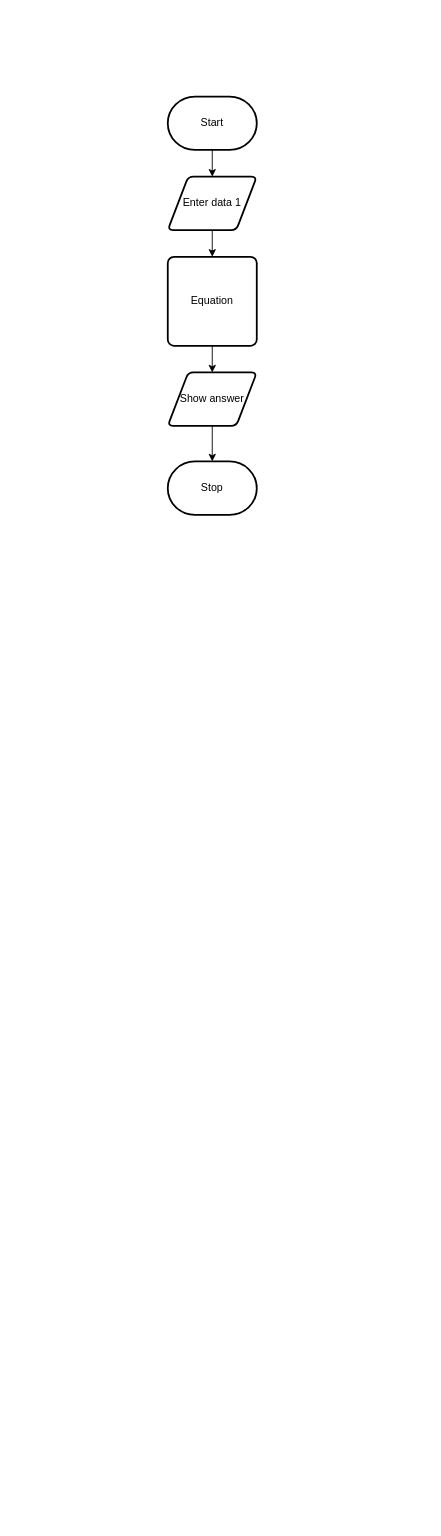
MTHS-ICS2O-2-2022/ICS2O-Assignment-04-Jaden-Plugowsky keeps this draw.io diagram as design/flowchart.drawio. Above is the earlier version. Source tidied: cells renumbered, new cells numbered last; positions are measured from the earlier drawing's top-left corner, leaving out a move shared by most shapes. Both pictures are drawn from the tidied source at 89%, with x=0, y=0 at pixel (167, 96).
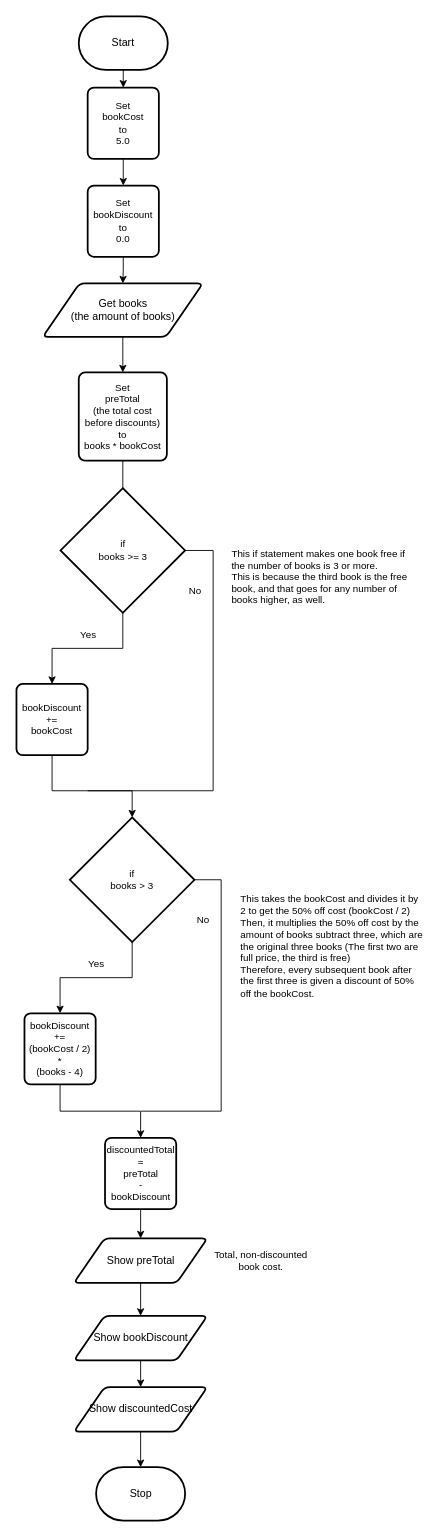
The same page after the edit.

What changed in the source:
```diff
@@
-    <mxCell id="2" style="edgeStyle=orthogonalEdgeStyle;html=1;entryX=0.5;entryY=0;entryDx=0;entryDy=0;rounded=0;" parent="1" edge="1" source="3" target="6">
-      <mxGeometry relative="1" as="geometry" />
-    </mxCell>
+    <mxCell id="11" style="edgeStyle=orthogonalEdgeStyle;shape=connector;rounded=0;html=1;entryX=0.5;entryY=0;entryDx=0;entryDy=0;labelBackgroundColor=default;strokeColor=default;fontFamily=Helvetica;fontSize=11;fontColor=default;endArrow=classic;elbow=vertical;" parent="1" edge="1" source="3" target="15">
+      <mxGeometry relative="1" as="geometry" />
+    </mxCell>
     <mxCell id="3" value="Start" style="strokeWidth=2;html=1;shape=mxgraph.flowchart.terminator;whiteSpace=wrap;" parent="1" vertex="1">
-      <mxGeometry width="100" height="60" as="geometry" />
+      <mxGeometry x="-100" y="-90" width="100" height="60" as="geometry" />
     </mxCell>
     <mxCell id="4" value="Stop" style="strokeWidth=2;html=1;shape=mxgraph.flowchart.terminator;whiteSpace=wrap;" parent="1" vertex="1">
-      <mxGeometry y="410" width="100" height="60" as="geometry" />
+      <mxGeometry x="-80.5" y="1540" width="100" height="60" as="geometry" />
     </mxCell>
-    <mxCell id="5" style="edgeStyle=orthogonalEdgeStyle;shape=connector;rounded=0;html=1;entryX=0.5;entryY=0;entryDx=0;entryDy=0;labelBackgroundColor=default;strokeColor=default;fontFamily=Helvetica;fontSize=11;fontColor=default;endArrow=classic;" parent="1" edge="1" source="6" target="10">
-      <mxGeometry relative="1" as="geometry" />
-    </mxCell>
-    <mxCell id="6" value="Enter data 1" style="shape=parallelogram;html=1;strokeWidth=2;perimeter=parallelogramPerimeter;whiteSpace=wrap;rounded=1;arcSize=12;size=0.23;" parent="1" vertex="1">
-      <mxGeometry y="90" width="100" height="60" as="geometry" />
-    </mxCell>
-    <mxCell id="7" style="edgeStyle=orthogonalEdgeStyle;shape=connector;rounded=0;html=1;labelBackgroundColor=default;strokeColor=default;fontFamily=Helvetica;fontSize=11;fontColor=default;endArrow=classic;" parent="1" edge="1" source="8" target="4">
-      <mxGeometry relative="1" as="geometry" />
-    </mxCell>
-    <mxCell id="8" value="Show answer" style="shape=parallelogram;html=1;strokeWidth=2;perimeter=parallelogramPerimeter;whiteSpace=wrap;rounded=1;arcSize=12;size=0.23;" parent="1" vertex="1">
-      <mxGeometry y="310" width="100" height="60" as="geometry" />
-    </mxCell>
-    <mxCell id="9" style="edgeStyle=orthogonalEdgeStyle;shape=connector;rounded=0;html=1;entryX=0.5;entryY=0;entryDx=0;entryDy=0;labelBackgroundColor=default;strokeColor=default;fontFamily=Helvetica;fontSize=11;fontColor=default;endArrow=classic;" parent="1" edge="1" source="10" target="8">
-      <mxGeometry relative="1" as="geometry" />
-    </mxCell>
-    <mxCell id="10" value="Equation" style="rounded=1;whiteSpace=wrap;html=1;absoluteArcSize=1;arcSize=14;strokeWidth=2;" parent="1" vertex="1">
-      <mxGeometry y="180" width="100" height="100" as="geometry" />
-    </mxCell>
+    <mxCell id="12" style="edgeStyle=orthogonalEdgeStyle;shape=connector;rounded=0;html=1;entryX=0.5;entryY=0;entryDx=0;entryDy=0;labelBackgroundColor=default;strokeColor=default;fontFamily=Helvetica;fontSize=11;fontColor=default;endArrow=classic;elbow=vertical;" parent="1" edge="1" source="13" target="19">
+      <mxGeometry relative="1" as="geometry" />
+    </mxCell>
+    <mxCell id="13" value="Get books&lt;br&gt;(the amount of books)" style="shape=parallelogram;html=1;strokeWidth=2;perimeter=parallelogramPerimeter;whiteSpace=wrap;rounded=1;arcSize=12;size=0.23;" parent="1" vertex="1">
+      <mxGeometry x="-140.5" y="210" width="180" height="60" as="geometry" />
+    </mxCell>
+    <mxCell id="14" style="edgeStyle=orthogonalEdgeStyle;shape=connector;rounded=0;html=1;entryX=0.5;entryY=0;entryDx=0;entryDy=0;labelBackgroundColor=default;strokeColor=default;fontFamily=Helvetica;fontSize=11;fontColor=default;endArrow=classic;elbow=vertical;" parent="1" edge="1" source="15" target="17">
+      <mxGeometry relative="1" as="geometry" />
+    </mxCell>
+    <mxCell id="15" value="Set &lt;br&gt;bookCost &lt;br&gt;to &lt;br&gt;5.0" style="rounded=1;whiteSpace=wrap;html=1;absoluteArcSize=1;arcSize=14;strokeWidth=2;fontFamily=Helvetica;fontSize=11;fontColor=default;" parent="1" vertex="1">
+      <mxGeometry x="-90" y="-10" width="80" height="80" as="geometry" />
+    </mxCell>
+    <mxCell id="16" style="edgeStyle=orthogonalEdgeStyle;shape=connector;rounded=0;html=1;entryX=0.5;entryY=0;entryDx=0;entryDy=0;labelBackgroundColor=default;strokeColor=default;fontFamily=Helvetica;fontSize=11;fontColor=default;endArrow=classic;elbow=vertical;" parent="1" edge="1" source="17" target="13">
+      <mxGeometry relative="1" as="geometry" />
+    </mxCell>
+    <mxCell id="17" value="Set&lt;br&gt;bookDiscount&lt;br&gt;to &lt;br&gt;0.0" style="rounded=1;whiteSpace=wrap;html=1;absoluteArcSize=1;arcSize=14;strokeWidth=2;fontFamily=Helvetica;fontSize=11;fontColor=default;" parent="1" vertex="1">
+      <mxGeometry x="-90" y="100" width="80" height="80" as="geometry" />
+    </mxCell>
+    <mxCell id="18" style="edgeStyle=orthogonalEdgeStyle;shape=connector;rounded=0;html=1;entryX=0.5;entryY=0;entryDx=0;entryDy=0;entryPerimeter=0;labelBackgroundColor=default;strokeColor=default;fontFamily=Helvetica;fontSize=11;fontColor=default;endArrow=none;endFill=0;elbow=vertical;" parent="1" edge="1" source="19" target="29">
+      <mxGeometry relative="1" as="geometry" />
+    </mxCell>
+    <mxCell id="19" value="Set&lt;br&gt;preTotal&lt;br&gt;(the total cost before discounts)&lt;br&gt;to&lt;br&gt;books * bookCost" style="rounded=1;whiteSpace=wrap;html=1;absoluteArcSize=1;arcSize=14;strokeWidth=2;fontFamily=Helvetica;fontSize=11;fontColor=default;" parent="1" vertex="1">
+      <mxGeometry x="-100" y="310" width="99" height="99" as="geometry" />
+    </mxCell>
+    <mxCell id="20" value="This if statement makes one book free if the number of books is 3 or more.&lt;br&gt;This is because the third book is the free book, and that goes for any number of books higher, as well." style="text;strokeColor=none;align=left;fillColor=none;html=1;verticalAlign=middle;whiteSpace=wrap;rounded=0;fontFamily=Helvetica;fontSize=11;fontColor=default;" parent="1" vertex="1">
+      <mxGeometry x="70" y="470" width="200" height="140" as="geometry" />
+    </mxCell>
+    <mxCell id="21" style="group;" parent="1" vertex="1">
+      <mxGeometry x="-161" y="810" width="231" height="330" as="geometry" />
+    </mxCell>
+    <mxCell id="22" style="edgeStyle=orthogonalEdgeStyle;shape=connector;rounded=0;html=1;exitX=1;exitY=0.5;exitDx=0;exitDy=0;exitPerimeter=0;labelBackgroundColor=default;strokeColor=default;fontFamily=Helvetica;fontSize=11;fontColor=default;endArrow=none;elbow=vertical;endFill=0;" parent="21" edge="1" source="23">
+      <mxGeometry relative="1" as="geometry">
+        <mxPoint x="131" y="330" as="targetPoint" />
+        <Array as="points">
+          <mxPoint x="221" y="70" />
+          <mxPoint x="221" y="330" />
+        </Array>
+      </mxGeometry>
+    </mxCell>
+    <mxCell id="23" value="if&lt;br&gt;books &amp;gt; 3" style="strokeWidth=2;html=1;shape=mxgraph.flowchart.decision;whiteSpace=wrap;fontFamily=Helvetica;fontSize=11;fontColor=default;" parent="21" vertex="1">
+      <mxGeometry x="51" width="140" height="140" as="geometry" />
+    </mxCell>
+    <mxCell id="24" value="Yes" style="text;strokeColor=none;align=center;fillColor=none;html=1;verticalAlign=middle;whiteSpace=wrap;rounded=0;fontFamily=Helvetica;fontSize=11;fontColor=default;" parent="21" vertex="1">
+      <mxGeometry x="51" y="150" width="60" height="30" as="geometry" />
+    </mxCell>
+    <mxCell id="25" value="No" style="text;strokeColor=none;align=center;fillColor=none;html=1;verticalAlign=middle;whiteSpace=wrap;rounded=0;fontFamily=Helvetica;fontSize=11;fontColor=default;" parent="21" vertex="1">
+      <mxGeometry x="171" y="100" width="60" height="30" as="geometry" />
+    </mxCell>
+    <mxCell id="26" value="bookDiscount&lt;br&gt;+=&lt;br&gt;(bookCost / 2)&lt;br&gt;*&lt;br&gt;(books - 4)" style="rounded=1;whiteSpace=wrap;html=1;absoluteArcSize=1;arcSize=14;strokeWidth=2;fontFamily=Helvetica;fontSize=11;fontColor=default;" parent="21" vertex="1">
+      <mxGeometry y="220" width="80" height="80" as="geometry" />
+    </mxCell>
+    <mxCell id="27" style="edgeStyle=orthogonalEdgeStyle;shape=connector;rounded=0;html=1;entryX=0.5;entryY=0;entryDx=0;entryDy=0;labelBackgroundColor=default;strokeColor=default;fontFamily=Helvetica;fontSize=11;fontColor=default;endArrow=classic;elbow=vertical;" parent="21" edge="1" source="23" target="26">
+      <mxGeometry relative="1" as="geometry" />
+    </mxCell>
+    <mxCell id="28" style="edgeStyle=orthogonalEdgeStyle;shape=connector;rounded=0;html=1;exitX=1;exitY=0.5;exitDx=0;exitDy=0;exitPerimeter=0;labelBackgroundColor=default;strokeColor=default;fontFamily=Helvetica;fontSize=11;fontColor=default;endArrow=none;elbow=vertical;endFill=0;" parent="1" edge="1" source="29">
+      <mxGeometry relative="1" as="geometry">
+        <mxPoint x="-90" y="780" as="targetPoint" />
+        <Array as="points">
+          <mxPoint x="51" y="510" />
+          <mxPoint x="51" y="780" />
+        </Array>
+      </mxGeometry>
+    </mxCell>
+    <mxCell id="29" value="if&lt;br&gt;books &amp;gt;= 3" style="strokeWidth=2;html=1;shape=mxgraph.flowchart.decision;whiteSpace=wrap;fontFamily=Helvetica;fontSize=11;fontColor=default;" parent="1" vertex="1">
+      <mxGeometry x="-120.5" y="440" width="140" height="140" as="geometry" />
+    </mxCell>
+    <mxCell id="30" value="Yes" style="text;strokeColor=none;align=center;fillColor=none;html=1;verticalAlign=middle;whiteSpace=wrap;rounded=0;fontFamily=Helvetica;fontSize=11;fontColor=default;" parent="1" vertex="1">
+      <mxGeometry x="-119" y="590" width="60" height="30" as="geometry" />
+    </mxCell>
+    <mxCell id="31" value="No" style="text;strokeColor=none;align=center;fillColor=none;html=1;verticalAlign=middle;whiteSpace=wrap;rounded=0;fontFamily=Helvetica;fontSize=11;fontColor=default;" parent="1" vertex="1">
+      <mxGeometry x="1" y="540" width="60" height="30" as="geometry" />
+    </mxCell>
+    <mxCell id="32" style="edgeStyle=orthogonalEdgeStyle;shape=connector;rounded=0;html=1;entryX=0.5;entryY=0;entryDx=0;entryDy=0;entryPerimeter=0;labelBackgroundColor=default;strokeColor=default;fontFamily=Helvetica;fontSize=11;fontColor=default;endArrow=classic;elbow=vertical;" parent="1" edge="1" source="33" target="23">
+      <mxGeometry relative="1" as="geometry">
+        <Array as="points">
+          <mxPoint x="-130" y="780" />
+          <mxPoint x="-40" y="780" />
+        </Array>
+      </mxGeometry>
+    </mxCell>
+    <mxCell id="33" value="bookDiscount&lt;br&gt;+=&lt;br&gt;bookCost" style="rounded=1;whiteSpace=wrap;html=1;absoluteArcSize=1;arcSize=14;strokeWidth=2;fontFamily=Helvetica;fontSize=11;fontColor=default;" parent="1" vertex="1">
+      <mxGeometry x="-170" y="660" width="80" height="80" as="geometry" />
+    </mxCell>
+    <mxCell id="34" style="edgeStyle=orthogonalEdgeStyle;shape=connector;rounded=0;html=1;entryX=0.5;entryY=0;entryDx=0;entryDy=0;labelBackgroundColor=default;strokeColor=default;fontFamily=Helvetica;fontSize=11;fontColor=default;endArrow=classic;elbow=vertical;" parent="1" edge="1" source="29" target="33">
+      <mxGeometry relative="1" as="geometry" />
+    </mxCell>
+    <mxCell id="35" value="&lt;div&gt;This takes the bookCost and divides it by 2 to get the 50% off cost (bookCost / 2)&lt;/div&gt;&lt;div&gt;&lt;span style=&quot;background-color: initial;&quot;&gt;Then, it multiplies the 50% off cost by the amount of books subtract three, which are the original three books (The first two are full price, the third is free)&lt;/span&gt;&lt;/div&gt;&lt;div&gt;&lt;span style=&quot;background-color: initial;&quot;&gt;Therefore, every subsequent book after the first three is given a discount of 50% off the bookCost.&lt;/span&gt;&lt;/div&gt;" style="text;strokeColor=none;align=left;fillColor=none;html=1;verticalAlign=middle;whiteSpace=wrap;rounded=0;fontFamily=Helvetica;fontSize=11;fontColor=default;" parent="1" vertex="1">
+      <mxGeometry x="80" y="920" width="210" height="70" as="geometry" />
+    </mxCell>
+    <mxCell id="36" style="edgeStyle=orthogonalEdgeStyle;shape=connector;rounded=0;html=1;entryX=0.5;entryY=0;entryDx=0;entryDy=0;labelBackgroundColor=default;strokeColor=default;fontFamily=Helvetica;fontSize=11;fontColor=default;endArrow=classic;elbow=vertical;" parent="1" edge="1" source="37" target="40">
+      <mxGeometry relative="1" as="geometry" />
+    </mxCell>
+    <mxCell id="37" value="discountedTotal&lt;br&gt;=&lt;br&gt;preTotal&lt;br&gt;-&lt;br&gt;bookDiscount" style="rounded=1;whiteSpace=wrap;html=1;absoluteArcSize=1;arcSize=14;strokeWidth=2;fontFamily=Helvetica;fontSize=11;fontColor=default;" parent="1" vertex="1">
+      <mxGeometry x="-70.5" y="1170" width="80" height="80" as="geometry" />
+    </mxCell>
+    <mxCell id="38" style="edgeStyle=orthogonalEdgeStyle;shape=connector;rounded=0;html=1;labelBackgroundColor=default;strokeColor=default;fontFamily=Helvetica;fontSize=11;fontColor=default;endArrow=classic;elbow=vertical;entryX=0.5;entryY=0;entryDx=0;entryDy=0;" parent="1" edge="1" source="26" target="37">
+      <mxGeometry relative="1" as="geometry">
+        <Array as="points">
+          <mxPoint x="-121" y="1140" />
+          <mxPoint x="-30" y="1140" />
+        </Array>
+      </mxGeometry>
+    </mxCell>
+    <mxCell id="39" style="group;" parent="1" vertex="1">
+      <mxGeometry x="-105.5" y="1283" width="265.5" height="50" as="geometry" />
+    </mxCell>
+    <mxCell id="40" value="Show preTotal" style="shape=parallelogram;html=1;strokeWidth=2;perimeter=parallelogramPerimeter;whiteSpace=wrap;rounded=1;arcSize=12;size=0.23;" parent="39" vertex="1">
+      <mxGeometry width="150" height="50" as="geometry" />
+    </mxCell>
+    <mxCell id="41" value="Total, non-discounted book cost." style="text;strokeColor=none;align=center;fillColor=none;html=1;verticalAlign=middle;whiteSpace=wrap;rounded=0;fontFamily=Helvetica;fontSize=11;fontColor=default;" parent="39" vertex="1">
+      <mxGeometry x="155.5" y="10" width="110" height="30" as="geometry" />
+    </mxCell>
+    <mxCell id="42" style="edgeStyle=orthogonalEdgeStyle;shape=connector;rounded=0;html=1;entryX=0.5;entryY=0;entryDx=0;entryDy=0;labelBackgroundColor=default;strokeColor=default;fontFamily=Helvetica;fontSize=11;fontColor=default;endArrow=classic;elbow=vertical;" parent="1" edge="1" source="43" target="45">
+      <mxGeometry relative="1" as="geometry" />
+    </mxCell>
+    <mxCell id="43" value="Show bookDiscount" style="shape=parallelogram;html=1;strokeWidth=2;perimeter=parallelogramPerimeter;whiteSpace=wrap;rounded=1;arcSize=12;size=0.23;" parent="1" vertex="1">
+      <mxGeometry x="-105.5" y="1370" width="150" height="50" as="geometry" />
+    </mxCell>
+    <mxCell id="44" style="edgeStyle=orthogonalEdgeStyle;shape=connector;rounded=0;html=1;entryX=0.5;entryY=0;entryDx=0;entryDy=0;entryPerimeter=0;labelBackgroundColor=default;strokeColor=default;fontFamily=Helvetica;fontSize=11;fontColor=default;endArrow=classic;elbow=vertical;" parent="1" edge="1" source="45" target="4">
+      <mxGeometry relative="1" as="geometry" />
+    </mxCell>
+    <mxCell id="45" value="Show discountedCost" style="shape=parallelogram;html=1;strokeWidth=2;perimeter=parallelogramPerimeter;whiteSpace=wrap;rounded=1;arcSize=12;size=0.23;" parent="1" vertex="1">
+      <mxGeometry x="-105.5" y="1450" width="150" height="50" as="geometry" />
+    </mxCell>
+    <mxCell id="46" style="edgeStyle=orthogonalEdgeStyle;shape=connector;rounded=0;html=1;entryX=0.5;entryY=0;entryDx=0;entryDy=0;labelBackgroundColor=default;strokeColor=default;fontFamily=Helvetica;fontSize=11;fontColor=default;endArrow=classic;elbow=vertical;" parent="1" edge="1" source="40" target="43">
+      <mxGeometry relative="1" as="geometry" />
+    </mxCell>
```
